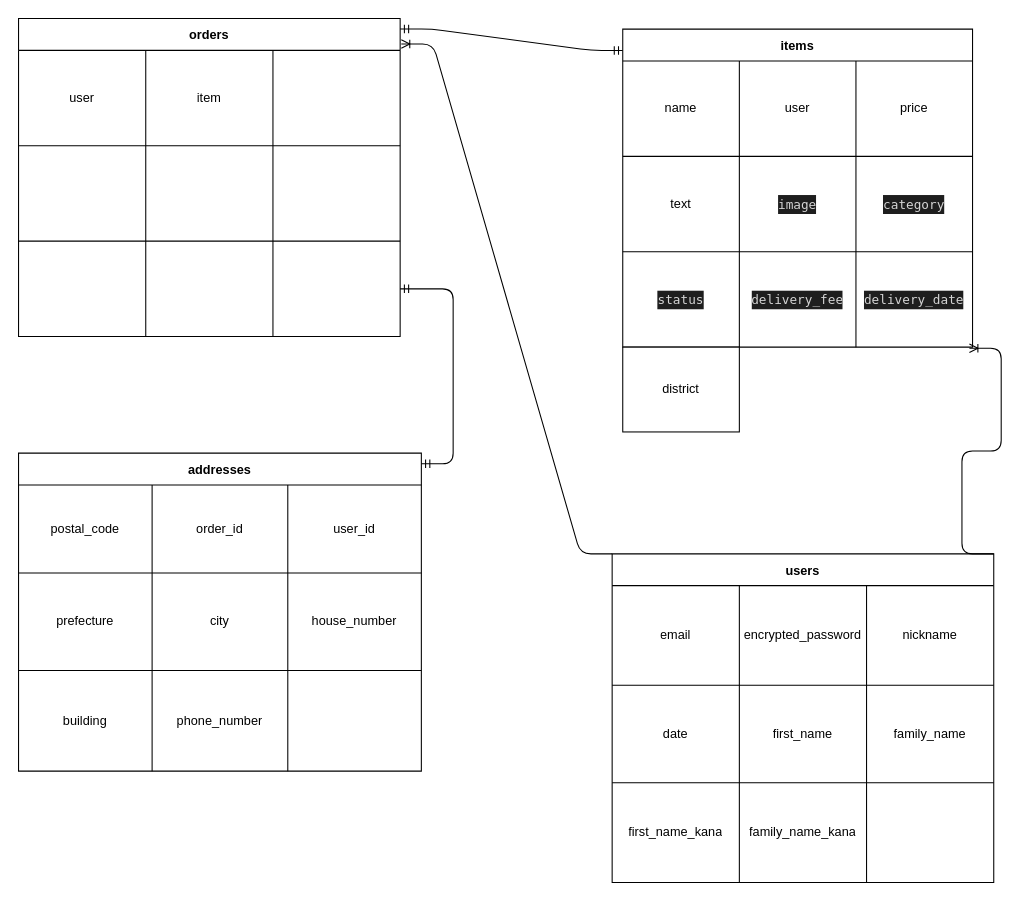
Before: page "ページ1" (1 of 2) of furima_36431.dio in Mitsusatonambu/furima-36431, a draw.io diagram. Source tidied: cells renumbered, new cells numbered last; positions are measured from the earlier drawing's top-left corner, leaving out a move shared by most shapes. Both pictures are drawn from the tidied source at 106%, with x=0, y=0 at pixel (18, 18).
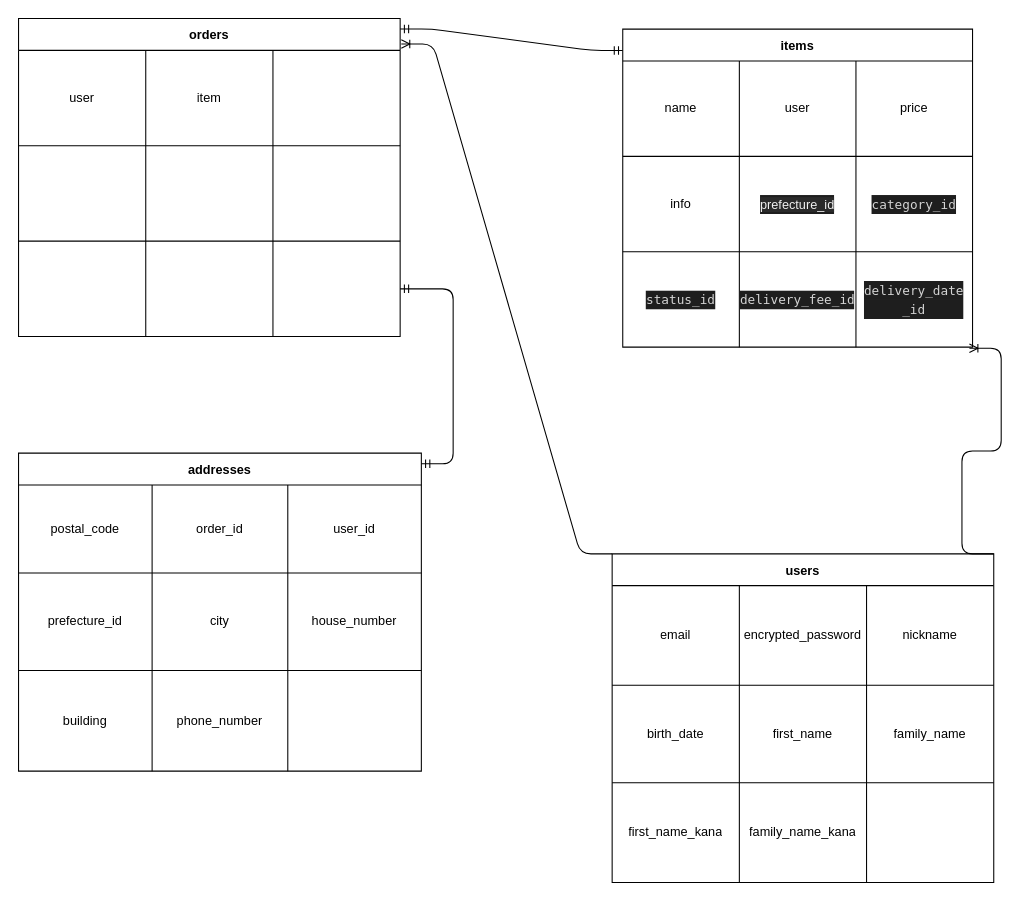
After the change.

Unchanged cells that the change refers to:
```xml
<mxCell id="20" style="shape=partialRectangle;html=1;whiteSpace=wrap;fillColor=none;top=0;left=0;bottom=0;right=0;" parent="15" vertex="1">
  <mxGeometry y="120" width="330" height="90" as="geometry" />
</mxCell>
<mxCell id="24" style="shape=partialRectangle;html=1;whiteSpace=wrap;fillColor=none;top=0;left=0;bottom=0;right=0;points=[[0,0.5],[1,0.5]];portConstraint=eastwest;" parent="15" vertex="1">
  <mxGeometry y="210" width="330" height="90" as="geometry" />
</mxCell>
<mxCell id="33" style="shape=partialRectangle;html=1;whiteSpace=wrap;fillColor=none;top=0;left=0;bottom=0;right=0;" parent="28" vertex="1">
  <mxGeometry y="113" width="380" height="92" as="geometry" />
</mxCell>
<mxCell id="46" style="shape=partialRectangle;html=1;whiteSpace=wrap;fillColor=none;top=0;left=0;bottom=0;right=0;" parent="41" vertex="1">
  <mxGeometry y="124" width="360" height="92" as="geometry" />
</mxCell>
```

Change to the diagram source:
```diff
@@
-    <mxCell id="21" value="text" style="shape=partialRectangle;html=1;whiteSpace=wrap;fillColor=none;top=0;left=0;bottom=0;right=0;overflow=hidden;" parent="20" vertex="1">
+    <mxCell id="21" value="info" style="shape=partialRectangle;html=1;whiteSpace=wrap;fillColor=none;top=0;left=0;bottom=0;right=0;overflow=hidden;" parent="20" vertex="1">
       <mxGeometry width="110" height="90" as="geometry" />
     </mxCell>
-    <mxCell id="22" value="&lt;div style=&quot;color: rgb(212 , 212 , 212) ; background-color: rgb(30 , 30 , 30) ; font-family: &amp;#34;menlo&amp;#34; , &amp;#34;monaco&amp;#34; , &amp;#34;courier new&amp;#34; , monospace ; line-height: 18px&quot;&gt;image&lt;/div&gt;" style="shape=partialRectangle;html=1;whiteSpace=wrap;fillColor=none;top=0;left=0;bottom=0;right=0;overflow=hidden;" parent="20" vertex="1">
+    <mxCell id="22" value="&lt;div style=&quot;color: rgb(212 , 212 , 212) ; background-color: rgb(30 , 30 , 30) ; font-family: &amp;#34;menlo&amp;#34; , &amp;#34;monaco&amp;#34; , &amp;#34;courier new&amp;#34; , monospace ; line-height: 18px&quot;&gt;&lt;span style=&quot;color: rgb(240 , 240 , 240) ; font-family: &amp;#34;helvetica&amp;#34; ; background-color: rgb(42 , 42 , 42)&quot;&gt;prefecture_id&lt;/span&gt;&lt;br&gt;&lt;/div&gt;" style="shape=partialRectangle;html=1;whiteSpace=wrap;fillColor=none;top=0;left=0;bottom=0;right=0;overflow=hidden;" parent="20" vertex="1">
       <mxGeometry x="110" width="110" height="90" as="geometry" />
     </mxCell>
-    <mxCell id="23" value="&lt;div style=&quot;color: rgb(212 , 212 , 212) ; background-color: rgb(30 , 30 , 30) ; font-family: &amp;#34;menlo&amp;#34; , &amp;#34;monaco&amp;#34; , &amp;#34;courier new&amp;#34; , monospace ; line-height: 18px&quot;&gt;category&lt;/div&gt;" style="shape=partialRectangle;html=1;whiteSpace=wrap;fillColor=none;top=0;left=0;bottom=0;right=0;overflow=hidden;" parent="20" vertex="1">
+    <mxCell id="23" value="&lt;div style=&quot;color: rgb(212 , 212 , 212) ; background-color: rgb(30 , 30 , 30) ; font-family: &amp;#34;menlo&amp;#34; , &amp;#34;monaco&amp;#34; , &amp;#34;courier new&amp;#34; , monospace ; line-height: 18px&quot;&gt;category_id&lt;/div&gt;" style="shape=partialRectangle;html=1;whiteSpace=wrap;fillColor=none;top=0;left=0;bottom=0;right=0;overflow=hidden;" parent="20" vertex="1">
       <mxGeometry x="220" width="110" height="90" as="geometry" />
     </mxCell>
@@
-    <mxCell id="25" value="&lt;div style=&quot;color: rgb(212 , 212 , 212) ; background-color: rgb(30 , 30 , 30) ; font-family: &amp;#34;menlo&amp;#34; , &amp;#34;monaco&amp;#34; , &amp;#34;courier new&amp;#34; , monospace ; line-height: 18px&quot;&gt;status &lt;/div&gt;" style="shape=partialRectangle;html=1;whiteSpace=wrap;fillColor=none;top=0;left=0;bottom=0;right=0;overflow=hidden;" parent="24" vertex="1">
+    <mxCell id="25" value="&lt;div style=&quot;color: rgb(212 , 212 , 212) ; background-color: rgb(30 , 30 , 30) ; font-family: &amp;#34;menlo&amp;#34; , &amp;#34;monaco&amp;#34; , &amp;#34;courier new&amp;#34; , monospace ; line-height: 18px&quot;&gt;status_id&lt;/div&gt;" style="shape=partialRectangle;html=1;whiteSpace=wrap;fillColor=none;top=0;left=0;bottom=0;right=0;overflow=hidden;" parent="24" vertex="1">
       <mxGeometry width="110" height="90" as="geometry" />
     </mxCell>
-    <mxCell id="26" value="&lt;div style=&quot;color: rgb(212 , 212 , 212) ; background-color: rgb(30 , 30 , 30) ; font-family: &amp;#34;menlo&amp;#34; , &amp;#34;monaco&amp;#34; , &amp;#34;courier new&amp;#34; , monospace ; line-height: 18px&quot;&gt;delivery_fee&lt;/div&gt;" style="shape=partialRectangle;html=1;whiteSpace=wrap;fillColor=none;top=0;left=0;bottom=0;right=0;overflow=hidden;" parent="24" vertex="1">
+    <mxCell id="26" value="&lt;div style=&quot;color: rgb(212 , 212 , 212) ; background-color: rgb(30 , 30 , 30) ; font-family: &amp;#34;menlo&amp;#34; , &amp;#34;monaco&amp;#34; , &amp;#34;courier new&amp;#34; , monospace ; line-height: 18px&quot;&gt;delivery_fee_id&lt;/div&gt;" style="shape=partialRectangle;html=1;whiteSpace=wrap;fillColor=none;top=0;left=0;bottom=0;right=0;overflow=hidden;" parent="24" vertex="1">
       <mxGeometry x="110" width="110" height="90" as="geometry" />
     </mxCell>
-    <mxCell id="27" value="&lt;div style=&quot;color: rgb(212 , 212 , 212) ; background-color: rgb(30 , 30 , 30) ; font-family: &amp;#34;menlo&amp;#34; , &amp;#34;monaco&amp;#34; , &amp;#34;courier new&amp;#34; , monospace ; line-height: 18px&quot;&gt;delivery_date&lt;/div&gt;" style="shape=partialRectangle;html=1;whiteSpace=wrap;fillColor=none;top=0;left=0;bottom=0;right=0;overflow=hidden;" parent="24" vertex="1">
+    <mxCell id="27" value="&lt;div style=&quot;color: rgb(212 , 212 , 212) ; background-color: rgb(30 , 30 , 30) ; font-family: &amp;#34;menlo&amp;#34; , &amp;#34;monaco&amp;#34; , &amp;#34;courier new&amp;#34; , monospace ; line-height: 18px&quot;&gt;delivery_date&lt;/div&gt;&lt;div style=&quot;color: rgb(212 , 212 , 212) ; background-color: rgb(30 , 30 , 30) ; font-family: &amp;#34;menlo&amp;#34; , &amp;#34;monaco&amp;#34; , &amp;#34;courier new&amp;#34; , monospace ; line-height: 18px&quot;&gt;_id&lt;/div&gt;" style="shape=partialRectangle;html=1;whiteSpace=wrap;fillColor=none;top=0;left=0;bottom=0;right=0;overflow=hidden;" parent="24" vertex="1">
       <mxGeometry x="220" width="110" height="90" as="geometry" />
     </mxCell>
@@
-    <mxCell id="34" value="prefecture" style="shape=partialRectangle;html=1;whiteSpace=wrap;fillColor=none;top=0;left=0;bottom=0;right=0;overflow=hidden;" parent="33" vertex="1">
+    <mxCell id="34" value="prefecture_id" style="shape=partialRectangle;html=1;whiteSpace=wrap;fillColor=none;top=0;left=0;bottom=0;right=0;overflow=hidden;" parent="33" vertex="1">
       <mxGeometry width="126" height="92" as="geometry" />
     </mxCell>
@@
-    <mxCell id="47" value="date" style="shape=partialRectangle;html=1;whiteSpace=wrap;fillColor=none;top=0;left=0;bottom=0;right=0;overflow=hidden;" parent="46" vertex="1">
+    <mxCell id="47" value="birth_date" style="shape=partialRectangle;html=1;whiteSpace=wrap;fillColor=none;top=0;left=0;bottom=0;right=0;overflow=hidden;" parent="46" vertex="1">
       <mxGeometry width="120" height="92" as="geometry" />
     </mxCell>
@@
-    <mxCell id="58" value="district" style="whiteSpace=wrap;html=1;align=center;" parent="1" vertex="1">
-      <mxGeometry x="570" y="310" width="110" height="80" as="geometry" />
-    </mxCell>
```
